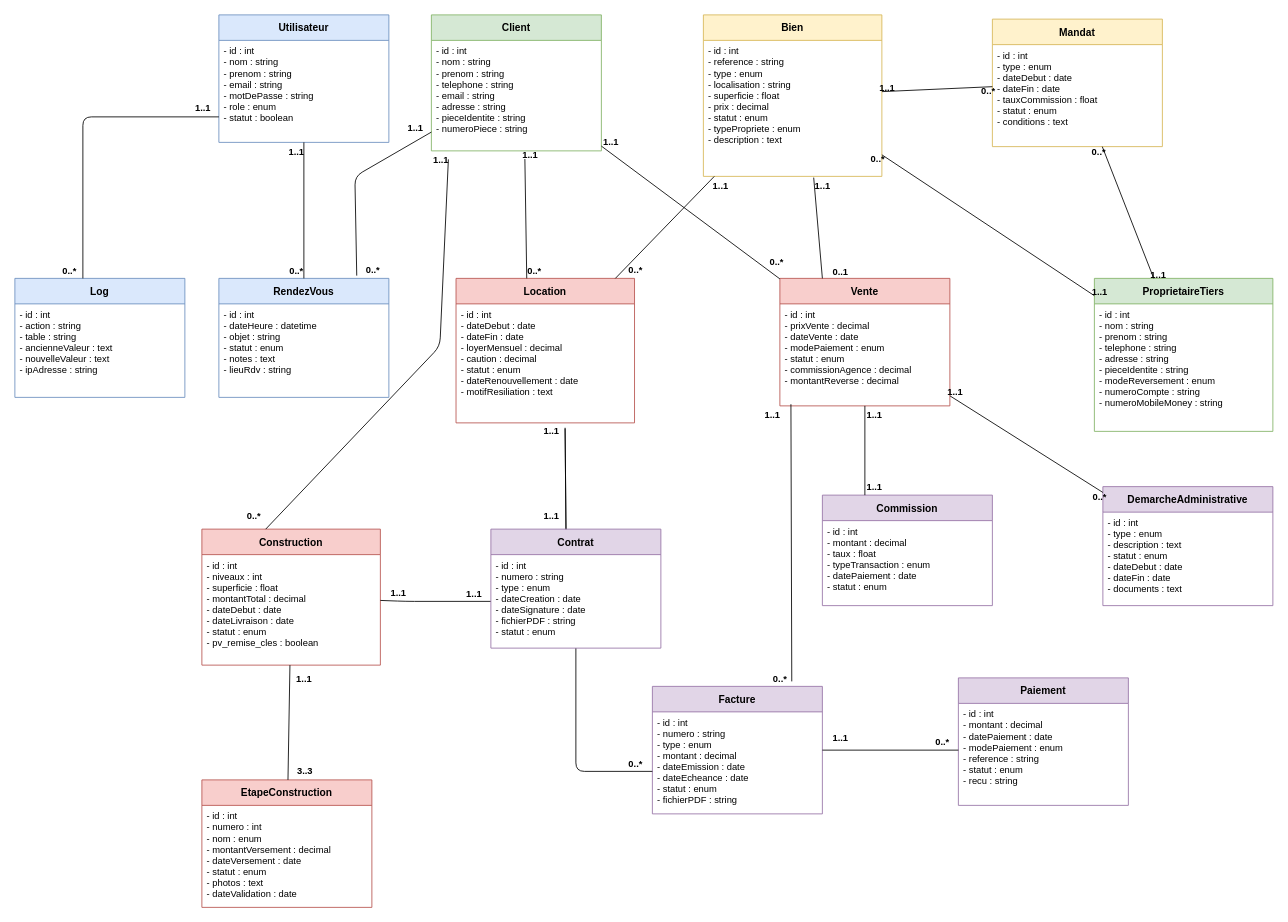
Before: page "Diagramme-Classes" (7 of 9) of diagramme-contexte.drawio in Awa-ndao/gestion-immobiliere-daaradji, a draw.io diagram. Source tidied: cells renumbered, new cells numbered last; positions are measured from the earlier drawing's top-left corner, leaving out a move shared by most shapes. Both pictures are drawn from the tidied source at 85%, with x=0, y=0 at pixel (14, 14).
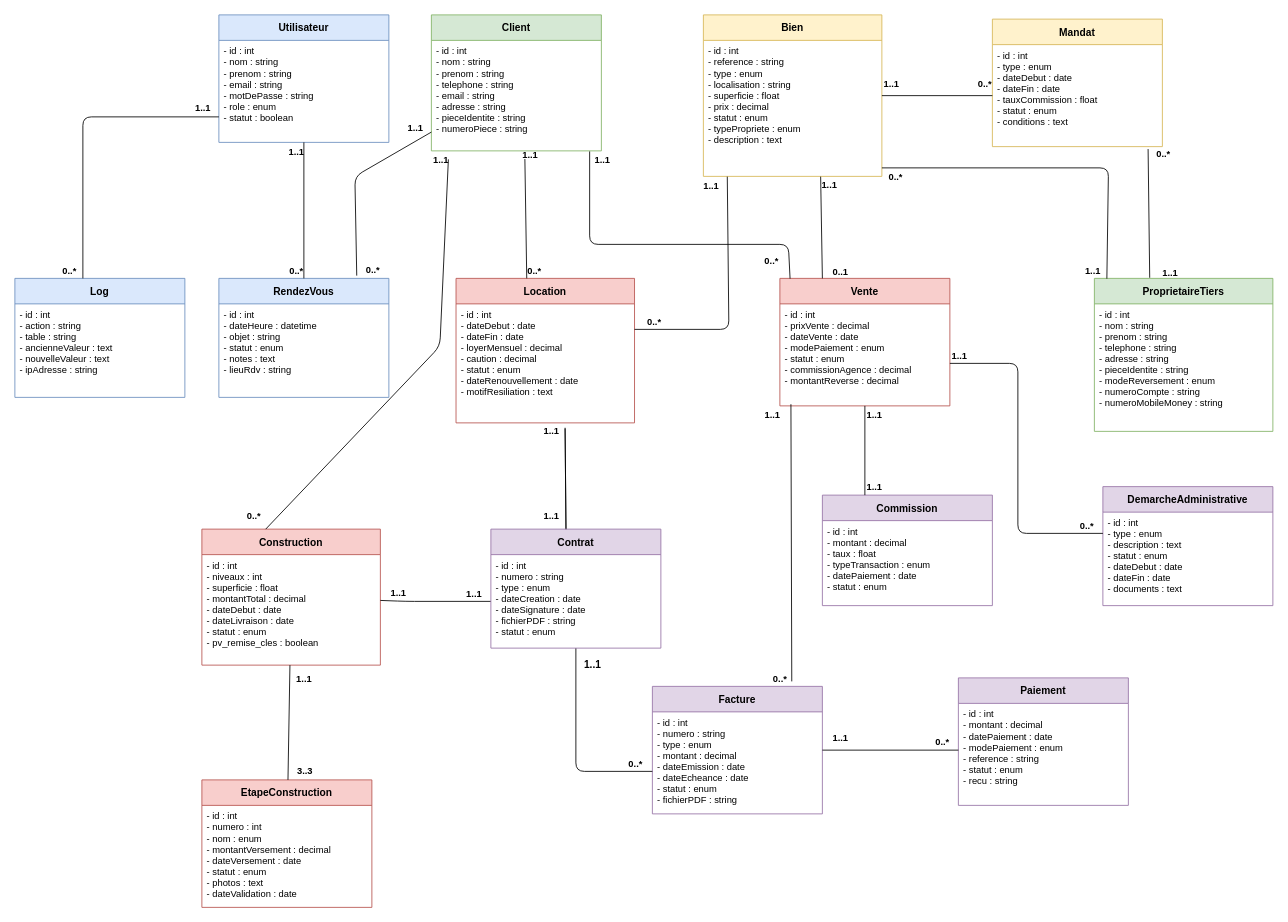
After the change.

Commit message (it also covers changes not shown here):
Mettre à jour Diagramme-Classes.drawio

Unchanged cells that the change refers to:
```xml
<mxCell id="4" value="Client" style="swimlane;fontStyle=1;align=center;startSize=30;fontSize=12;fillColor=#d5e8d4;strokeColor=#82b366;" parent="1" vertex="1">
  <mxGeometry x="490" width="200" height="160" as="geometry" />
</mxCell>
<mxCell id="5" value="- id : int&#10;- nom : string&#10;- prenom : string&#10;- telephone : string&#10;- email : string&#10;- adresse : string&#10;- pieceIdentite : string&#10;- numeroPiece : string" style="text;strokeColor=none;fillColor=none;align=left;verticalAlign=top;spacingLeft=4;fontSize=11;" parent="4" vertex="1">
  <mxGeometry y="30" width="200" height="130" as="geometry" />
</mxCell>
<mxCell id="6" value="ProprietaireTiers" style="swimlane;fontStyle=1;align=center;startSize=30;fontSize=12;fillColor=#d5e8d4;strokeColor=#82b366;" parent="1" vertex="1">
  <mxGeometry x="1270" y="310" width="210" height="180" as="geometry" />
</mxCell>
<mxCell id="8" value="Bien" style="swimlane;fontStyle=1;align=center;startSize=30;fontSize=12;fillColor=#fff2cc;strokeColor=#d6b656;" parent="1" vertex="1">
  <mxGeometry x="810" width="210" height="190" as="geometry" />
</mxCell>
<mxCell id="9" value="- id : int&#10;- reference : string&#10;- type : enum&#10;- localisation : string&#10;- superficie : float&#10;- prix : decimal&#10;- statut : enum&#10;- typePropriete : enum&#10;- description : text" style="text;strokeColor=none;fillColor=none;align=left;verticalAlign=top;spacingLeft=4;fontSize=11;" parent="8" vertex="1">
  <mxGeometry y="30" width="210" height="160" as="geometry" />
</mxCell>
<mxCell id="10" value="Mandat" style="swimlane;fontStyle=1;align=center;startSize=30;fontSize=12;fillColor=#fff2cc;strokeColor=#d6b656;" parent="1" vertex="1">
  <mxGeometry x="1150" y="5" width="200" height="150" as="geometry" />
</mxCell>
<mxCell id="11" value="- id : int&#10;- type : enum&#10;- dateDebut : date&#10;- dateFin : date&#10;- tauxCommission : float&#10;- statut : enum&#10;- conditions : text" style="text;strokeColor=none;fillColor=none;align=left;verticalAlign=top;spacingLeft=4;fontSize=11;" parent="10" vertex="1">
  <mxGeometry y="30" width="200" height="120" as="geometry" />
</mxCell>
<mxCell id="14" value="Location" style="swimlane;fontStyle=1;align=center;startSize=30;fontSize=12;fillColor=#f8cecc;strokeColor=#b85450;" parent="1" vertex="1">
  <mxGeometry x="519" y="310" width="210" height="170" as="geometry" />
</mxCell>
<mxCell id="16" value="Vente" style="swimlane;fontStyle=1;align=center;startSize=30;fontSize=12;fillColor=#f8cecc;strokeColor=#b85450;" parent="1" vertex="1">
  <mxGeometry x="900" y="310" width="200" height="150" as="geometry" />
</mxCell>
<mxCell id="28" value="DemarcheAdministrative" style="swimlane;fontStyle=1;align=center;startSize=30;fontSize=12;fillColor=#e1d5e7;strokeColor=#9673a6;" parent="1" vertex="1">
  <mxGeometry x="1280" y="555" width="200" height="140" as="geometry" />
</mxCell>
```

Change to the diagram source:
```diff
@@
-    <mxCell id="41" style="endArrow=none;startArrow=none;" parent="1" edge="1" source="4" target="16">
-      <mxGeometry relative="1" as="geometry" />
+    <mxCell id="41" style="endArrow=none;startArrow=none;exitX=0.931;exitY=1.005;exitDx=0;exitDy=0;exitPerimeter=0;entryX=0.06;entryY=0.002;entryDx=0;entryDy=0;entryPerimeter=0;" parent="1" edge="1" source="5" target="16">
+      <mxGeometry relative="1" as="geometry">
+        <Array as="points">
+          <mxPoint x="676.2" y="270" />
+          <mxPoint x="910" y="270" />
+        </Array>
+      </mxGeometry>
     </mxCell>
     <mxCell id="42" value="1..1" style="html=1;fontSize=11;fontStyle=1;" parent="41" vertex="1">
       <mxGeometry x="-1" relative="1" as="geometry">
-        <mxPoint x="10" y="-5" as="offset" />
+        <mxPoint x="14" y="10" as="offset" />
       </mxGeometry>
     </mxCell>
     <mxCell id="43" value="0..*" style="html=1;fontSize=11;fontStyle=1;" parent="41" vertex="1">
       <mxGeometry x="1" relative="1" as="geometry">
-        <mxPoint x="-5" y="-20" as="offset" />
+        <mxPoint x="-22" y="-20" as="offset" />
       </mxGeometry>
     </mxCell>
-    <mxCell id="44" style="endArrow=none;startArrow=none;entryX=0.25;entryY=0;entryDx=0;entryDy=0;exitX=0.618;exitY=1.009;exitDx=0;exitDy=0;exitPerimeter=0;" parent="1" edge="1" source="9" target="16">
+    <mxCell id="44" style="endArrow=none;startArrow=none;entryX=0.25;entryY=0;entryDx=0;entryDy=0;exitX=0.657;exitY=1.002;exitDx=0;exitDy=0;exitPerimeter=0;" parent="1" edge="1" source="9" target="16">
       <mxGeometry relative="1" as="geometry" />
     </mxCell>
@@
-    <mxCell id="47" style="endArrow=none;startArrow=none;" parent="1" edge="1" source="6" target="8">
-      <mxGeometry relative="1" as="geometry" />
+    <mxCell id="47" style="endArrow=none;startArrow=none;exitX=0.07;exitY=0.002;exitDx=0;exitDy=0;exitPerimeter=0;" parent="1" edge="1" source="6">
+      <mxGeometry relative="1" as="geometry">
+        <mxPoint x="1020" y="180" as="targetPoint" />
+        <Array as="points">
+          <mxPoint x="1286.6" y="180" />
+        </Array>
+      </mxGeometry>
     </mxCell>
     <mxCell id="48" value="1..1" style="html=1;fontSize=11;fontStyle=1;" parent="47" vertex="1">
       <mxGeometry x="-1" relative="1" as="geometry">
-        <mxPoint x="5" y="-5" as="offset" />
+        <mxPoint x="-17" y="-10" as="offset" />
       </mxGeometry>
     </mxCell>
     <mxCell id="49" value="0..*" style="html=1;fontSize=11;fontStyle=1;" parent="47" vertex="1">
       <mxGeometry x="1" relative="1" as="geometry">
-        <mxPoint x="-5" y="5" as="offset" />
+        <mxPoint x="16" y="10" as="offset" />
       </mxGeometry>
     </mxCell>
-    <mxCell id="50" style="endArrow=none;startArrow=none;" parent="1" edge="1" source="6" target="10">
+    <mxCell id="50" style="endArrow=none;startArrow=none;entryX=0.916;entryY=1.024;entryDx=0;entryDy=0;entryPerimeter=0;exitX=0.31;exitY=-0.004;exitDx=0;exitDy=0;exitPerimeter=0;" parent="1" edge="1" source="6" target="11">
       <mxGeometry relative="1" as="geometry" />
     </mxCell>
     <mxCell id="51" value="1..1" style="html=1;fontSize=11;fontStyle=1;" parent="50" vertex="1">
       <mxGeometry x="-1" relative="1" as="geometry">
-        <mxPoint x="5" y="-5" as="offset" />
+        <mxPoint x="23" y="-6" as="offset" />
       </mxGeometry>
     </mxCell>
     <mxCell id="52" value="0..*" style="html=1;fontSize=11;fontStyle=1;" parent="50" vertex="1">
       <mxGeometry x="1" relative="1" as="geometry">
-        <mxPoint x="-5" y="5" as="offset" />
+        <mxPoint x="17" y="5" as="offset" />
       </mxGeometry>
     </mxCell>
-    <mxCell id="53" style="endArrow=none;startArrow=none;" parent="1" edge="1" source="8" target="10">
-      <mxGeometry relative="1" as="geometry" />
+    <mxCell id="53" style="endArrow=none;startArrow=none;" parent="1" edge="1" source="8">
+      <mxGeometry relative="1" as="geometry">
+        <mxPoint x="1150" y="95" as="targetPoint" />
+      </mxGeometry>
     </mxCell>
     <mxCell id="54" value="1..1" style="html=1;fontSize=11;fontStyle=1;" parent="53" vertex="1">
       <mxGeometry x="-1" relative="1" as="geometry">
-        <mxPoint x="5" y="-5" as="offset" />
+        <mxPoint x="10" y="-15" as="offset" />
       </mxGeometry>
     </mxCell>
     <mxCell id="55" value="0..*" style="html=1;fontSize=11;fontStyle=1;" parent="53" vertex="1">
       <mxGeometry x="1" relative="1" as="geometry">
-        <mxPoint x="-5" y="5" as="offset" />
+        <mxPoint x="-10" y="-15" as="offset" />
       </mxGeometry>
     </mxCell>
@@
-    <mxCell id="65" style="endArrow=none;startArrow=none;" parent="1" edge="1" source="16" target="28">
-      <mxGeometry relative="1" as="geometry" />
+    <mxCell id="65" style="endArrow=none;startArrow=none;" parent="1" edge="1">
+      <mxGeometry relative="1" as="geometry">
+        <mxPoint x="1100" y="410" as="sourcePoint" />
+        <mxPoint x="1280" y="610" as="targetPoint" />
+        <Array as="points">
+          <mxPoint x="1180" y="410" />
+          <mxPoint x="1180" y="610" />
+        </Array>
+      </mxGeometry>
     </mxCell>
     <mxCell id="66" value="1..1" style="html=1;fontSize=11;fontStyle=1;" parent="65" vertex="1">
       <mxGeometry x="-1" relative="1" as="geometry">
-        <mxPoint x="5" y="-5" as="offset" />
+        <mxPoint x="10" y="-10" as="offset" />
       </mxGeometry>
     </mxCell>
     <mxCell id="67" value="0..*" style="html=1;fontSize=11;fontStyle=1;" parent="65" vertex="1">
       <mxGeometry x="1" relative="1" as="geometry">
-        <mxPoint x="-5" y="5" as="offset" />
+        <mxPoint x="-20" y="-10" as="offset" />
       </mxGeometry>
     </mxCell>
@@
-    <mxCell id="71" style="endArrow=none;startArrow=none;" parent="1" edge="1" source="8" target="14">
-      <mxGeometry relative="1" as="geometry" />
+    <mxCell id="71" style="endArrow=none;startArrow=none;exitX=0.134;exitY=1.002;exitDx=0;exitDy=0;exitPerimeter=0;" parent="1" edge="1" source="9">
+      <mxGeometry relative="1" as="geometry">
+        <mxPoint x="729" y="370" as="targetPoint" />
+        <Array as="points">
+          <mxPoint x="840" y="370" />
+        </Array>
+      </mxGeometry>
     </mxCell>
     <mxCell id="72" value="1..1" style="html=1;fontSize=11;fontStyle=1;" parent="71" vertex="1">
       <mxGeometry x="-1" relative="1" as="geometry">
-        <mxPoint x="7" y="10" as="offset" />
+        <mxPoint x="-20" y="10" as="offset" />
       </mxGeometry>
     </mxCell>
@@
+    <mxCell id="92" value="&lt;b&gt;1..1&lt;/b&gt;" style="text;html=1;whiteSpace=wrap;strokeColor=none;fillColor=none;align=center;verticalAlign=middle;rounded=0;" parent="1" vertex="1">
+      <mxGeometry x="650" y="750" width="60" height="30" as="geometry" />
+    </mxCell>
```
